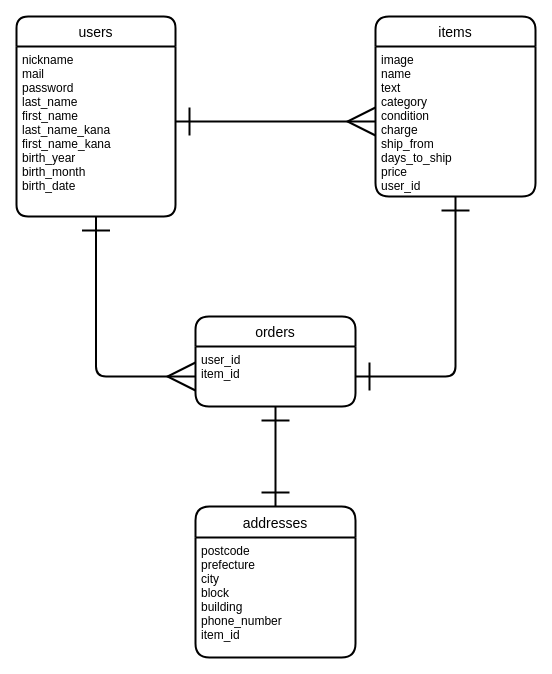
This is database.dio from uemurakaho/furima-41120, a draw.io file, before an edit. Source tidied: cells renumbered, new cells numbered last; positions are measured from the earlier drawing's top-left corner, leaving out a move shared by most shapes. Both pictures are drawn from the tidied source at 100%, with x=0, y=0 at pixel (16, 16).
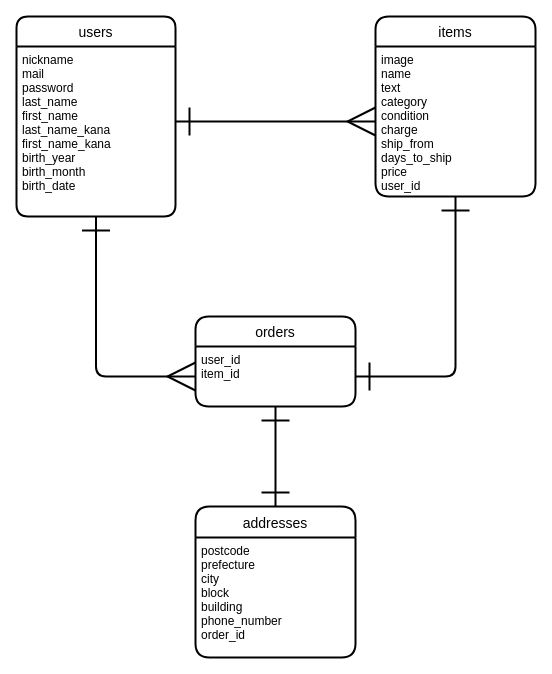
The same page after the edit.

What changed in the source:
```diff
@@
 <mxGraphModel>
   <root>
     <mxCell id="0" />
     <mxCell id="1" parent="0" />
     <mxCell id="2" value="users" style="swimlane;horizontal=1;startSize=30;rounded=1;fontSize=14;fontStyle=0;strokeWidth=2;shadow=0;dashed=0;align=center;arcSize=13;" parent="1" vertex="1">
       <mxGeometry width="159" height="200" as="geometry" />
     </mxCell>
     <mxCell id="3" value="nickname&#10;mail&#10;password&#10;last_name&#10;first_name&#10;last_name_kana&#10;first_name_kana&#10;birth_year&#10;birth_month&#10;birth_date" style="align=left;strokeColor=none;fillColor=none;spacingLeft=4;fontSize=12;verticalAlign=top;" parent="2" vertex="1">
       <mxGeometry y="30" width="159" height="170" as="geometry" />
     </mxCell>
     <mxCell id="4" value="items" style="swimlane;horizontal=1;startSize=30;rounded=1;fontSize=14;fontStyle=0;strokeWidth=2;shadow=0;dashed=0;align=center;" parent="1" vertex="1">
       <mxGeometry x="359" width="160" height="180" as="geometry" />
     </mxCell>
     <mxCell id="5" value="image&#10;name&#10;text&#10;category&#10;condition&#10;charge&#10;ship_from&#10;days_to_ship&#10;price&#10;user_id" style="align=left;strokeColor=none;fillColor=none;spacingLeft=4;fontSize=12;verticalAlign=top;" parent="4" vertex="1">
       <mxGeometry y="30" width="160" height="150" as="geometry" />
     </mxCell>
     <mxCell id="6" value="addresses" style="swimlane;horizontal=1;startSize=31;rounded=1;fontSize=14;fontStyle=0;strokeWidth=2;shadow=0;dashed=0;align=center;" parent="1" vertex="1">
       <mxGeometry x="179" y="490" width="160" height="151" as="geometry" />
     </mxCell>
-    <mxCell id="7" value="postcode&#10;prefecture&#10;city&#10;block&#10;building&#10;phone_number&#10;item_id" style="align=left;strokeColor=none;fillColor=none;spacingLeft=4;fontSize=12;verticalAlign=top;" parent="6" vertex="1">
+    <mxCell id="7" value="postcode&#10;prefecture&#10;city&#10;block&#10;building&#10;phone_number&#10;order_id" style="align=left;strokeColor=none;fillColor=none;spacingLeft=4;fontSize=12;verticalAlign=top;" parent="6" vertex="1">
       <mxGeometry y="31" width="160" height="120" as="geometry" />
     </mxCell>
     <mxCell id="8" value="orders" style="swimlane;horizontal=1;startSize=30;rounded=1;fontSize=14;fontStyle=0;strokeWidth=2;shadow=0;dashed=0;align=center;" parent="1" vertex="1">
       <mxGeometry x="179" y="300" width="160" height="90" as="geometry" />
     </mxCell>
     <mxCell id="9" value="user_id&#10;item_id" style="align=left;strokeColor=none;fillColor=none;spacingLeft=4;fontSize=12;verticalAlign=top;" parent="8" vertex="1">
       <mxGeometry y="30" width="160" height="60" as="geometry" />
     </mxCell>
     <mxCell id="10" style="edgeStyle=entityRelationEdgeStyle;fontSize=12;html=1;endArrow=ERmany;entryX=0;entryY=0.5;entryDx=0;entryDy=0;strokeWidth=2;endSize=25;startSize=25;endFill=0;sourcePerimeterSpacing=0;jumpStyle=none;startArrow=ERone;startFill=0;" parent="1" edge="1" target="5">
       <mxGeometry relative="1" as="geometry">
         <mxPoint x="159" y="105" as="sourcePoint" />
       </mxGeometry>
     </mxCell>
     <mxCell id="11" style="edgeStyle=orthogonalEdgeStyle;fontSize=12;html=1;endArrow=ERmany;strokeWidth=2;startSize=25;endSize=25;sourcePerimeterSpacing=0;jumpStyle=none;exitX=0.5;exitY=1;exitDx=0;exitDy=0;entryX=0;entryY=0.5;entryDx=0;entryDy=0;startArrow=ERone;startFill=0;targetPerimeterSpacing=0;endFill=0;" parent="1" edge="1" source="3" target="9">
       <mxGeometry relative="1" as="geometry" />
     </mxCell>
     <mxCell id="12" style="edgeStyle=orthogonalEdgeStyle;fontSize=12;html=1;endArrow=ERone;startArrow=ERone;strokeWidth=2;startSize=25;endSize=25;sourcePerimeterSpacing=0;targetPerimeterSpacing=0;jumpStyle=none;entryX=0.5;entryY=1;entryDx=0;entryDy=0;exitX=1;exitY=0.5;exitDx=0;exitDy=0;startFill=0;endFill=0;" parent="1" edge="1" source="9" target="5">
       <mxGeometry relative="1" as="geometry" />
     </mxCell>
     <mxCell id="13" style="edgeStyle=orthogonalEdgeStyle;fontSize=12;html=1;endArrow=ERone;startArrow=ERone;strokeWidth=2;startSize=25;endSize=25;sourcePerimeterSpacing=0;targetPerimeterSpacing=0;jumpStyle=none;entryX=0.5;entryY=0;entryDx=0;entryDy=0;exitX=0.5;exitY=1;exitDx=0;exitDy=0;startFill=0;endFill=0;" parent="1" edge="1" source="9" target="6">
       <mxGeometry relative="1" as="geometry" />
     </mxCell>
   </root>
 </mxGraphModel>
```
